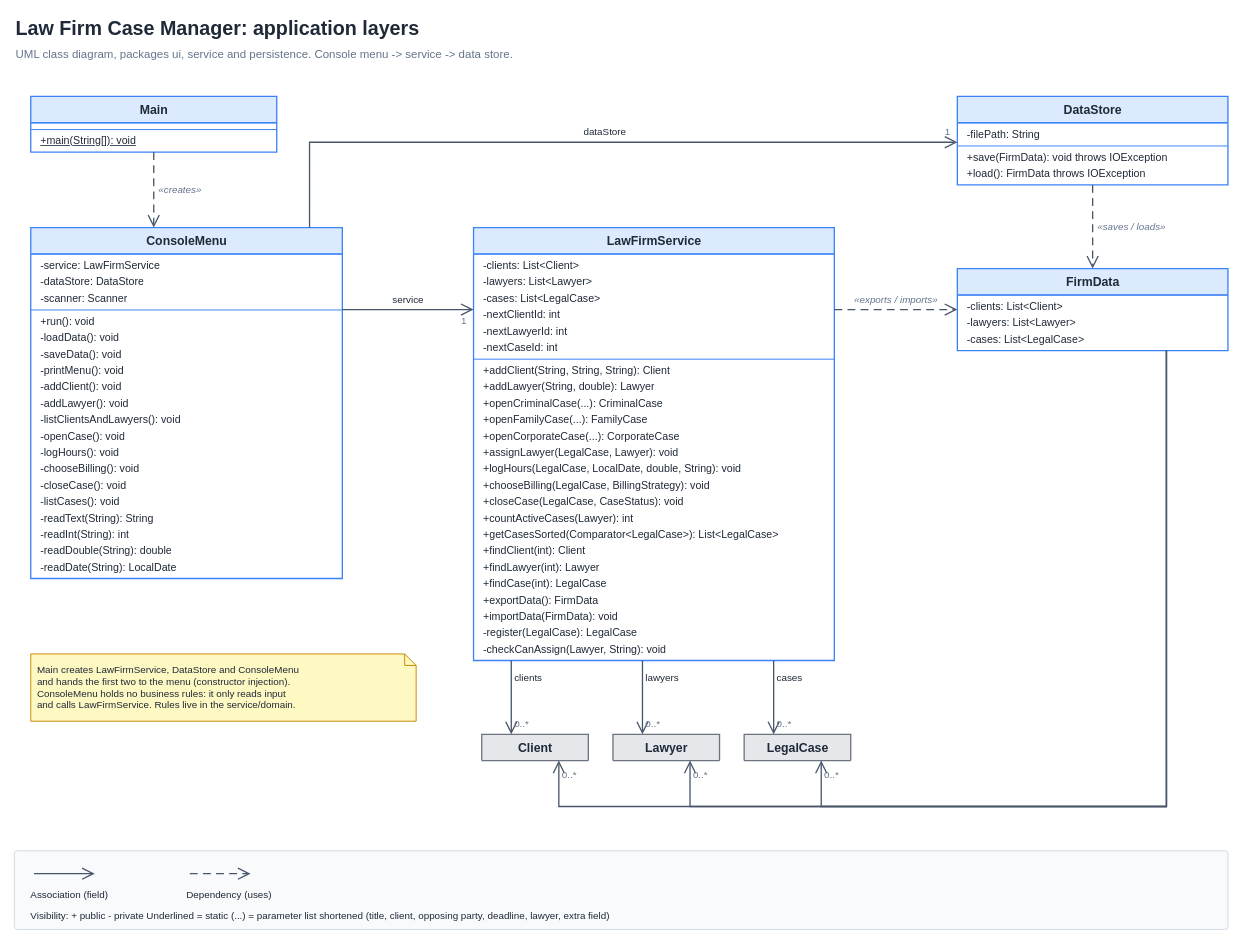
mahadinhussein-hash/law-firm-case-manager keeps this draw.io diagram as page "Application layers" (2 of 3) of docs/class-diagram.drawio. Above is the earlier version. Source tidied: cells renumbered, new cells numbered last; positions are measured from the earlier drawing's top-left corner, leaving out a move shared by most shapes. Both pictures are drawn from the tidied source at 82%, with x=0, y=0 at pixel (14, 14).
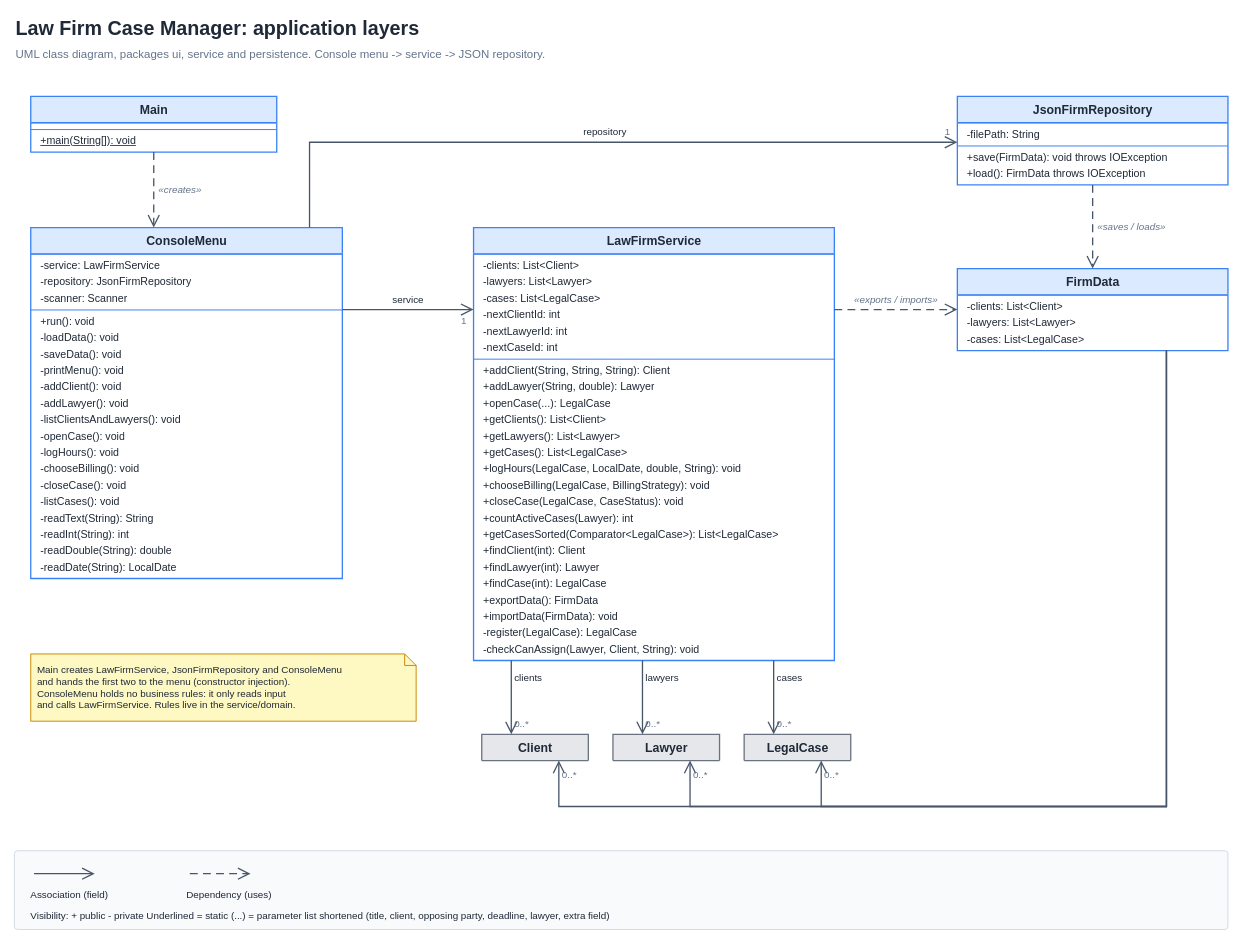
Above is the later version.

Commit message (it also covers changes not shown here):
Update editable UML diagram to match the code

The change refers to these unchanged cells:
```xml
<mxCell id="9" value="ConsoleMenu" style="swimlane;html=1;fontStyle=1;fontSize=15;fontFamily=Helvetica;fontColor=#1F2937;align=center;verticalAlign=middle;startSize=32;fillColor=#DBEAFE;strokeColor=#3B82F6;strokeWidth=1.6;swimlaneFillColor=#FFFFFF;rounded=0;shadow=0;" parent="1" vertex="1">
  <mxGeometry x="20" y="260" width="380" height="428" as="geometry" />
</mxCell>
<mxCell id="31" value="LawFirmService" style="swimlane;html=1;fontStyle=1;fontSize=15;fontFamily=Helvetica;fontColor=#1F2937;align=center;verticalAlign=middle;startSize=32;fillColor=#DBEAFE;strokeColor=#3B82F6;strokeWidth=1.6;swimlaneFillColor=#FFFFFF;rounded=0;shadow=0;" parent="1" vertex="1">
  <mxGeometry x="560" y="260" width="440" height="528" as="geometry" />
</mxCell>
```

Change to the diagram source:
```diff
@@
-    <mxCell id="3" value="UML class diagram, packages ui, service and persistence. Console menu -&amp;gt; service -&amp;gt; data store." style="text;html=1;align=left;verticalAlign=middle;fontSize=14;fontColor=#64748B;fontFamily=Helvetica;strokeColor=none;fillColor=none;" parent="1" vertex="1">
+    <mxCell id="3" value="UML class diagram, packages ui, service and persistence. Console menu -&amp;gt; service -&amp;gt; JSON repository." style="text;html=1;align=left;verticalAlign=middle;fontSize=14;fontColor=#64748B;fontFamily=Helvetica;strokeColor=none;fillColor=none;" parent="1" vertex="1">
       <mxGeometry y="38" width="1200" height="22" as="geometry" />
     </mxCell>
@@
-    <mxCell id="12" value="-dataStore: DataStore" style="text;html=1;align=left;verticalAlign=middle;spacingLeft=10;spacingRight=6;whiteSpace=nowrap;overflow=hidden;fontSize=13;fontFamily=Helvetica;fontColor=#1F2937;strokeColor=none;fillColor=none;" parent="9" vertex="1">
+    <mxCell id="12" value="-repository: JsonFirmRepository" style="text;html=1;align=left;verticalAlign=middle;spacingLeft=10;spacingRight=6;whiteSpace=nowrap;overflow=hidden;fontSize=13;fontFamily=Helvetica;fontColor=#1F2937;strokeColor=none;fillColor=none;" parent="9" vertex="1">
       <mxGeometry y="56" width="380" height="20" as="geometry" />
     </mxCell>
@@
-    <mxCell id="42" value="+openCriminalCase(...): CriminalCase" style="text;html=1;align=left;verticalAlign=middle;spacingLeft=10;spacingRight=6;whiteSpace=nowrap;overflow=hidden;fontSize=13;fontFamily=Helvetica;fontColor=#1F2937;strokeColor=none;fillColor=none;" parent="31" vertex="1">
+    <mxCell id="42" value="+openCase(...): LegalCase" style="text;html=1;align=left;verticalAlign=middle;spacingLeft=10;spacingRight=6;whiteSpace=nowrap;overflow=hidden;fontSize=13;fontFamily=Helvetica;fontColor=#1F2937;strokeColor=none;fillColor=none;" parent="31" vertex="1">
       <mxGeometry y="204" width="440" height="20" as="geometry" />
     </mxCell>
-    <mxCell id="43" value="+openFamilyCase(...): FamilyCase" style="text;html=1;align=left;verticalAlign=middle;spacingLeft=10;spacingRight=6;whiteSpace=nowrap;overflow=hidden;fontSize=13;fontFamily=Helvetica;fontColor=#1F2937;strokeColor=none;fillColor=none;" parent="31" vertex="1">
+    <mxCell id="43" value="+getClients(): List&amp;lt;Client&amp;gt;" style="text;html=1;align=left;verticalAlign=middle;spacingLeft=10;spacingRight=6;whiteSpace=nowrap;overflow=hidden;fontSize=13;fontFamily=Helvetica;fontColor=#1F2937;strokeColor=none;fillColor=none;" parent="31" vertex="1">
       <mxGeometry y="224" width="440" height="20" as="geometry" />
     </mxCell>
-    <mxCell id="44" value="+openCorporateCase(...): CorporateCase" style="text;html=1;align=left;verticalAlign=middle;spacingLeft=10;spacingRight=6;whiteSpace=nowrap;overflow=hidden;fontSize=13;fontFamily=Helvetica;fontColor=#1F2937;strokeColor=none;fillColor=none;" parent="31" vertex="1">
+    <mxCell id="44" value="+getLawyers(): List&amp;lt;Lawyer&amp;gt;" style="text;html=1;align=left;verticalAlign=middle;spacingLeft=10;spacingRight=6;whiteSpace=nowrap;overflow=hidden;fontSize=13;fontFamily=Helvetica;fontColor=#1F2937;strokeColor=none;fillColor=none;" parent="31" vertex="1">
       <mxGeometry y="244" width="440" height="20" as="geometry" />
     </mxCell>
-    <mxCell id="45" value="+assignLawyer(LegalCase, Lawyer): void" style="text;html=1;align=left;verticalAlign=middle;spacingLeft=10;spacingRight=6;whiteSpace=nowrap;overflow=hidden;fontSize=13;fontFamily=Helvetica;fontColor=#1F2937;strokeColor=none;fillColor=none;" parent="31" vertex="1">
+    <mxCell id="45" value="+getCases(): List&amp;lt;LegalCase&amp;gt;" style="text;html=1;align=left;verticalAlign=middle;spacingLeft=10;spacingRight=6;whiteSpace=nowrap;overflow=hidden;fontSize=13;fontFamily=Helvetica;fontColor=#1F2937;strokeColor=none;fillColor=none;" parent="31" vertex="1">
       <mxGeometry y="264" width="440" height="20" as="geometry" />
     </mxCell>
@@
-    <mxCell id="57" value="-checkCanAssign(Lawyer, String): void" style="text;html=1;align=left;verticalAlign=middle;spacingLeft=10;spacingRight=6;whiteSpace=nowrap;overflow=hidden;fontSize=13;fontFamily=Helvetica;fontColor=#1F2937;strokeColor=none;fillColor=none;" parent="31" vertex="1">
+    <mxCell id="57" value="-checkCanAssign(Lawyer, Client, String): void" style="text;html=1;align=left;verticalAlign=middle;spacingLeft=10;spacingRight=6;whiteSpace=nowrap;overflow=hidden;fontSize=13;fontFamily=Helvetica;fontColor=#1F2937;strokeColor=none;fillColor=none;" parent="31" vertex="1">
       <mxGeometry y="504" width="440" height="20" as="geometry" />
     </mxCell>
-    <mxCell id="58" value="DataStore" style="swimlane;html=1;fontStyle=1;fontSize=15;fontFamily=Helvetica;fontColor=#1F2937;align=center;verticalAlign=middle;startSize=32;fillColor=#DBEAFE;strokeColor=#3B82F6;strokeWidth=1.6;swimlaneFillColor=#FFFFFF;rounded=0;shadow=0;" parent="1" vertex="1">
+    <mxCell id="58" value="JsonFirmRepository" style="swimlane;html=1;fontStyle=1;fontSize=15;fontFamily=Helvetica;fontColor=#1F2937;align=center;verticalAlign=middle;startSize=32;fillColor=#DBEAFE;strokeColor=#3B82F6;strokeWidth=1.6;swimlaneFillColor=#FFFFFF;rounded=0;shadow=0;" parent="1" vertex="1">
       <mxGeometry x="1150" y="100" width="330" height="108" as="geometry" />
     </mxCell>
@@
-    <mxCell id="72" value="Main creates LawFirmService, DataStore and ConsoleMenu&lt;br&gt;and hands the first two to the menu (constructor injection).&lt;br&gt;ConsoleMenu holds no business rules: it only reads input&lt;br&gt;and calls LawFirmService. Rules live in the service/domain." style="shape=note;size=14;html=1;whiteSpace=nowrap;align=left;verticalAlign=middle;spacingLeft=6;fontSize=12;fontFamily=Helvetica;fontColor=#1F2937;fillColor=#FEF9C3;strokeColor=#CA8A04;strokeWidth=1.2;" parent="1" vertex="1">
+    <mxCell id="72" value="Main creates LawFirmService, JsonFirmRepository and ConsoleMenu&lt;br&gt;and hands the first two to the menu (constructor injection).&lt;br&gt;ConsoleMenu holds no business rules: it only reads input&lt;br&gt;and calls LawFirmService. Rules live in the service/domain." style="shape=note;size=14;html=1;whiteSpace=nowrap;align=left;verticalAlign=middle;spacingLeft=6;fontSize=12;fontFamily=Helvetica;fontColor=#1F2937;fillColor=#FEF9C3;strokeColor=#CA8A04;strokeWidth=1.2;" parent="1" vertex="1">
       <mxGeometry x="20" y="780" width="470" height="82" as="geometry" />
     </mxCell>
@@
-    <mxCell id="89" value="dataStore" style="text;html=1;align=center;verticalAlign=middle;spacing=0;whiteSpace=nowrap;fontSize=12;fontFamily=Helvetica;fontColor=#1F2937;strokeColor=none;fillColor=none;" parent="1" vertex="1">
+    <mxCell id="89" value="repository" style="text;html=1;align=center;verticalAlign=middle;spacing=0;whiteSpace=nowrap;fontSize=12;fontFamily=Helvetica;fontColor=#1F2937;strokeColor=none;fillColor=none;" parent="1" vertex="1">
       <mxGeometry x="690" y="136" width="60" height="16" as="geometry" />
     </mxCell>
```
